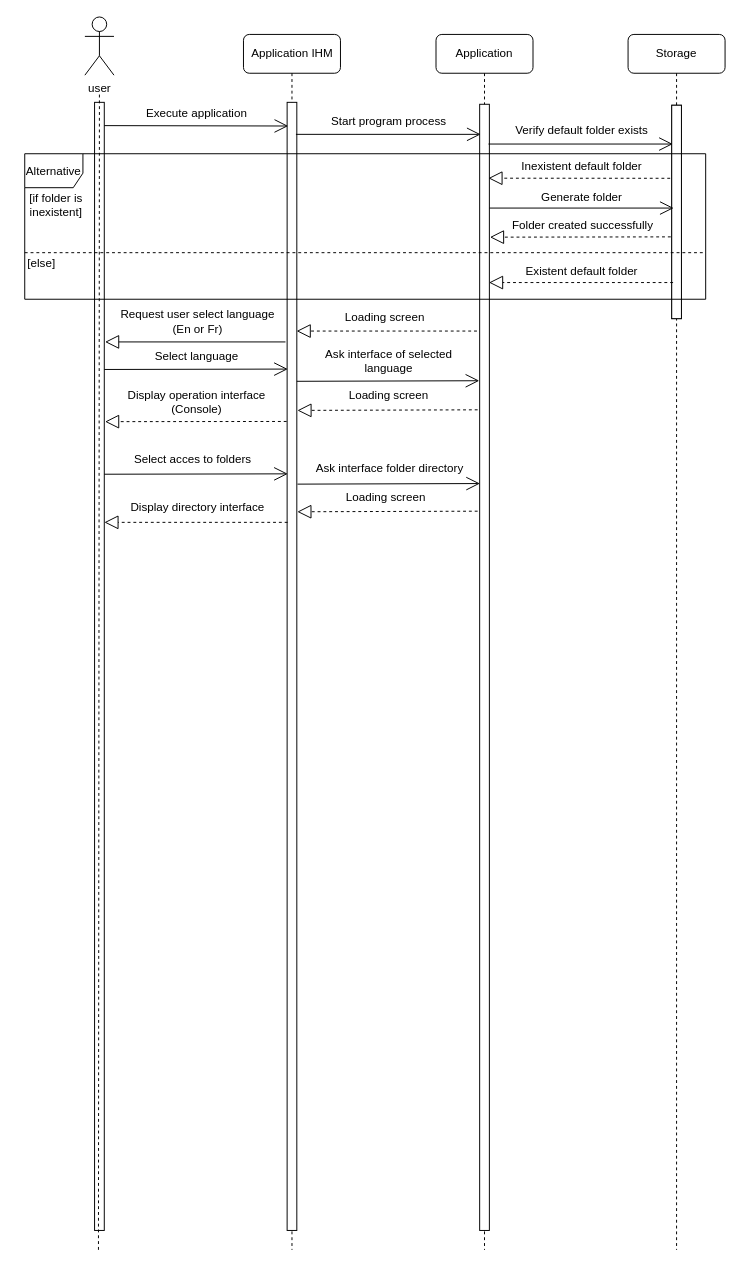
The draw.io diagram configuration diagram.drawio in Weicheng178/UML, before the edit. Source tidied: cells renumbered, new cells numbered last; positions are measured from the earlier drawing's top-left corner, leaving out a move shared by most shapes. Both pictures are drawn from the tidied source at 97%, with x=0, y=0 at pixel (16, 16).
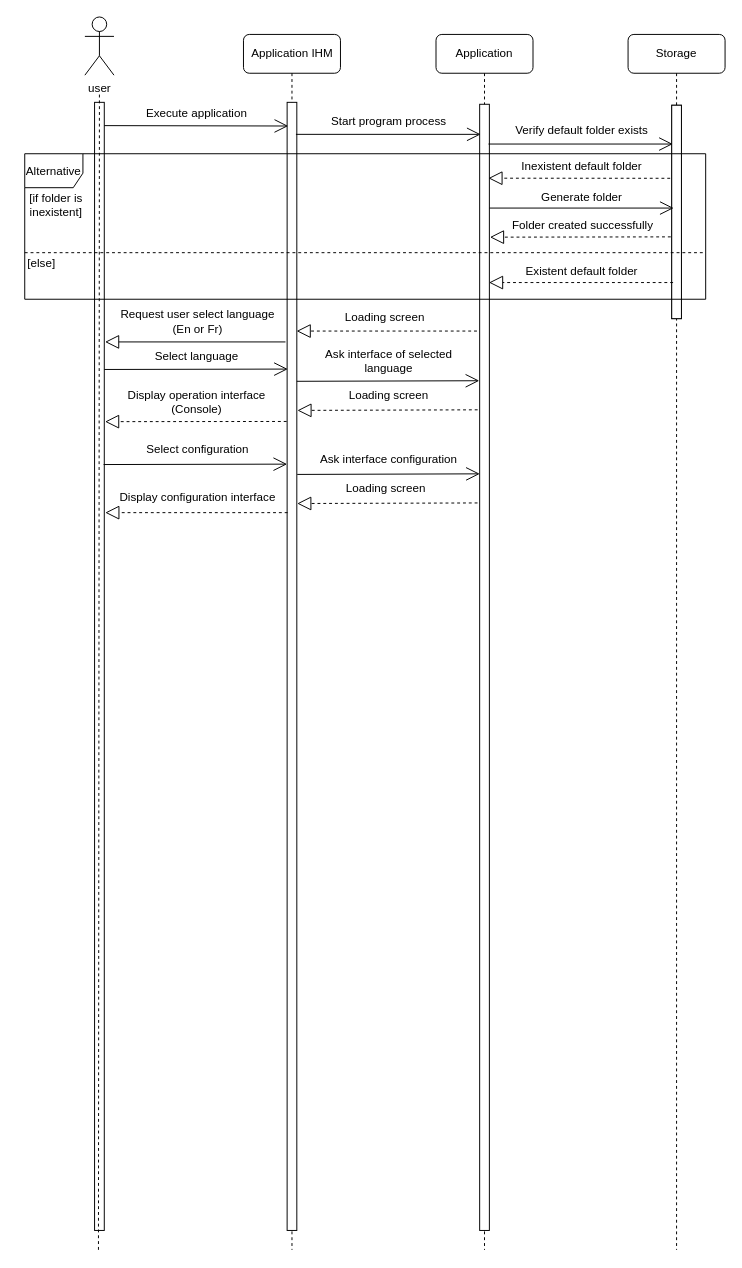
Above is the later version.

The edit, as a diff of the source:
```diff
@@
     <mxCell id="42" value="Loading screen" style="text;html=1;align=center;verticalAlign=middle;strokeColor=none;fillColor=none;rounded=1;" parent="1" vertex="1">
-      <mxGeometry x="324.7" y="480.5" width="110" height="30" as="geometry" />
+      <mxGeometry x="325.2" y="471" width="110" height="30" as="geometry" />
     </mxCell>
-    <mxCell id="43" style="endArrow=block;dashed=1;endFill=0;endSize=12;html=1;rounded=1;exitX=-0.211;exitY=0.186;exitDx=0;exitDy=0;exitPerimeter=0;" parent="1" edge="1">
-      <mxGeometry relative="1" as="geometry">
-        <mxPoint x="474.9" y="509.5" as="sourcePoint" />
-        <mxPoint x="289" y="510.1" as="targetPoint" />
-      </mxGeometry>
-    </mxCell>
-    <mxCell id="44" value="Select acces to folders" style="text;html=1;align=center;verticalAlign=middle;strokeColor=none;fillColor=none;rounded=1;" parent="1" vertex="1">
-      <mxGeometry x="110.7" y="441" width="140" height="30" as="geometry" />
-    </mxCell>
-    <mxCell id="45" style="endArrow=open;endFill=1;endSize=12;html=1;rounded=1;entryX=0.071;entryY=0.165;entryDx=0;entryDy=0;entryPerimeter=0;" parent="1" edge="1">
-      <mxGeometry relative="1" as="geometry">
-        <mxPoint x="90" y="471.4" as="sourcePoint" />
-        <mxPoint x="279.2" y="471" as="targetPoint" />
-      </mxGeometry>
-    </mxCell>
-    <mxCell id="46" value="Display directory interface" style="text;html=1;align=center;verticalAlign=middle;strokeColor=none;fillColor=none;rounded=1;" parent="1" vertex="1">
-      <mxGeometry x="105.7" y="491" width="160" height="30" as="geometry" />
-    </mxCell>
-    <mxCell id="47" style="endArrow=block;dashed=1;endFill=0;endSize=12;html=1;rounded=1;" parent="1" edge="1">
-      <mxGeometry relative="1" as="geometry">
-        <mxPoint x="279" y="521" as="sourcePoint" />
-        <mxPoint x="90.1" y="521" as="targetPoint" />
-      </mxGeometry>
-    </mxCell>
-    <mxCell id="48" style="endArrow=open;endFill=1;endSize=12;html=1;rounded=1;entryX=-0.083;entryY=0.173;entryDx=0;entryDy=0;entryPerimeter=0;" parent="1" edge="1">
-      <mxGeometry relative="1" as="geometry">
-        <mxPoint x="289.2" y="481.6" as="sourcePoint" />
-        <mxPoint x="477.3" y="481" as="targetPoint" />
-      </mxGeometry>
-    </mxCell>
-    <mxCell id="49" value="Ask interface folder directory" style="text;html=1;align=center;verticalAlign=middle;strokeColor=none;fillColor=none;rounded=1;" parent="1" vertex="1">
-      <mxGeometry x="293.5" y="450.5" width="180" height="30" as="geometry" />
-    </mxCell>
+    <mxCell id="50" style="endArrow=block;dashed=1;endFill=0;endSize=12;html=1;rounded=1;exitX=-0.211;exitY=0.186;exitDx=0;exitDy=0;exitPerimeter=0;" parent="1" edge="1">
+      <mxGeometry relative="1" as="geometry">
+        <mxPoint x="474.8" y="501" as="sourcePoint" />
+        <mxPoint x="288.9" y="501.6" as="targetPoint" />
+      </mxGeometry>
+    </mxCell>
+    <mxCell id="51" value="Select configuration" style="text;html=1;align=center;verticalAlign=middle;strokeColor=none;fillColor=none;rounded=1;" parent="1" vertex="1">
+      <mxGeometry x="120.8" y="431" width="130" height="30" as="geometry" />
+    </mxCell>
+    <mxCell id="52" style="endArrow=open;endFill=1;endSize=12;html=1;rounded=1;entryX=0.071;entryY=0.165;entryDx=0;entryDy=0;entryPerimeter=0;" parent="1" edge="1">
+      <mxGeometry relative="1" as="geometry">
+        <mxPoint x="89.3" y="461.4" as="sourcePoint" />
+        <mxPoint x="278.5" y="461" as="targetPoint" />
+      </mxGeometry>
+    </mxCell>
+    <mxCell id="53" value="Display configuration&amp;nbsp;interface" style="text;html=1;align=center;verticalAlign=middle;strokeColor=none;fillColor=none;rounded=1;" parent="1" vertex="1">
+      <mxGeometry x="95.8" y="481" width="180" height="30" as="geometry" />
+    </mxCell>
+    <mxCell id="54" style="endArrow=block;dashed=1;endFill=0;endSize=12;html=1;rounded=1;" parent="1" edge="1">
+      <mxGeometry relative="1" as="geometry">
+        <mxPoint x="279" y="511" as="sourcePoint" />
+        <mxPoint x="91" y="511" as="targetPoint" />
+      </mxGeometry>
+    </mxCell>
+    <mxCell id="55" style="endArrow=open;endFill=1;endSize=12;html=1;rounded=1;entryX=-0.083;entryY=0.173;entryDx=0;entryDy=0;entryPerimeter=0;" parent="1" edge="1">
+      <mxGeometry relative="1" as="geometry">
+        <mxPoint x="288.9" y="471.6" as="sourcePoint" />
+        <mxPoint x="477.1" y="471" as="targetPoint" />
+      </mxGeometry>
+    </mxCell>
+    <mxCell id="56" value="Ask interface configuration" style="text;html=1;align=center;verticalAlign=middle;strokeColor=none;fillColor=none;rounded=1;" parent="1" vertex="1">
+      <mxGeometry x="302.8" y="441" width="160" height="30" as="geometry" />
+    </mxCell>
```
